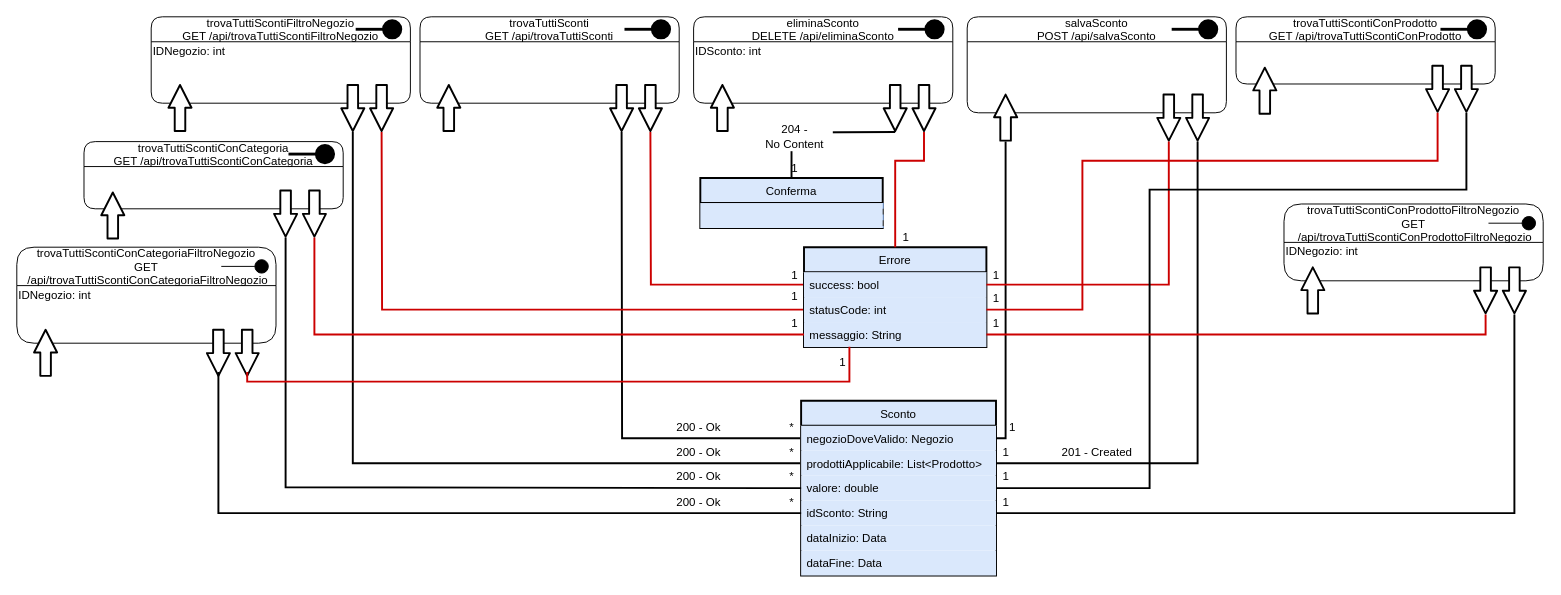
Above: UML/Diagramma Risorse/Diagramma Risorse Sconto.drawio in G15-UniTN/iSpesa (draw.io), before the change. Source tidied: cells renumbered, new cells numbered last; positions are measured from the earlier drawing's top-left corner, leaving out a move shared by most shapes. Both pictures are drawn from the tidied source at 96%, with x=0, y=0 at pixel (16, 16).
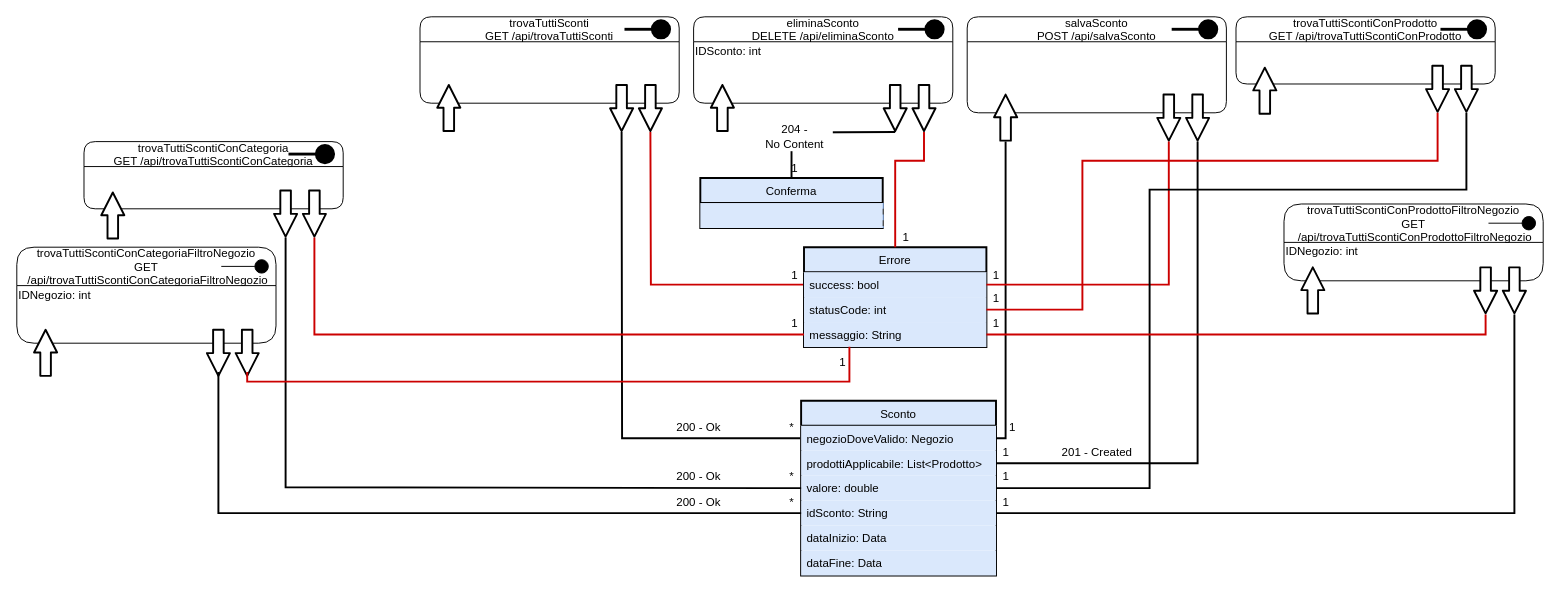
The same diagram, later.

The change refers to these unchanged cells:
```xml
<mxCell id="4" value="prodottiApplicabile: List&lt;Prodotto&gt;" style="text;align=left;verticalAlign=top;spacingLeft=4;spacingRight=4;overflow=hidden;points=[[0,0.5],[1,0.5]];portConstraint=eastwest;rounded=0;shadow=0;html=0;fillColor=#dae8fc;" parent="2" vertex="1">
  <mxGeometry y="52" width="203" height="26" as="geometry" />
</mxCell>
<mxCell id="20" value="statusCode: int" style="text;align=left;verticalAlign=top;spacingLeft=4;spacingRight=4;overflow=hidden;points=[[0,0.5],[1,0.5]];portConstraint=eastwest;rounded=0;shadow=0;html=0;fillColor=#dae8fc;" parent="18" vertex="1">
  <mxGeometry y="52" width="190" height="26" as="geometry" />
</mxCell>
```

Diff of the diagram source:
```diff
@@
-    <mxCell id="24" style="group;" parent="1" vertex="1">
-      <mxGeometry x="140" width="270" height="120" as="geometry" />
-    </mxCell>
-    <mxCell id="25" value="trovaTuttiScontiFiltroNegozio&#10;GET /api/trovaTuttiScontiFiltroNegozio" style="swimlane;fontStyle=0;horizontal=1;startSize=26;fillColor=none;rounded=1;" parent="24" vertex="1">
-      <mxGeometry width="270" height="90" as="geometry" />
-    </mxCell>
-    <mxCell id="26" style="html=1;verticalAlign=bottom;startArrow=circle;startFill=1;endArrow=none;startSize=6;endSize=8;endFill=0;strokeWidth=3;targetPerimeterSpacing=1;jumpSize=7;" parent="24" edge="1">
-      <mxGeometry relative="1" as="geometry">
-        <mxPoint x="263" y="13" as="sourcePoint" />
-        <mxPoint x="213" y="13" as="targetPoint" />
-      </mxGeometry>
-    </mxCell>
-    <mxCell id="27" style="shape=flexArrow;endArrow=classic;html=1;targetPerimeterSpacing=1;strokeWidth=2;endWidth=11.03448275862069;endSize=7.227586206896552;fillColor=#ffffff;" parent="24" edge="1">
-      <mxGeometry relative="1" as="geometry">
-        <mxPoint x="30" y="120" as="sourcePoint" />
-        <mxPoint x="30" y="70" as="targetPoint" />
-      </mxGeometry>
-    </mxCell>
-    <mxCell id="28" style="shape=flexArrow;endArrow=classic;html=1;targetPerimeterSpacing=1;strokeWidth=2;endWidth=11.03448275862069;endSize=7.227586206896552;fillColor=#ffffff;" parent="24" edge="1">
-      <mxGeometry relative="1" as="geometry">
-        <mxPoint x="240" y="70" as="sourcePoint" />
-        <mxPoint x="240" y="120" as="targetPoint" />
-      </mxGeometry>
-    </mxCell>
-    <mxCell id="29" style="shape=flexArrow;endArrow=classic;html=1;targetPerimeterSpacing=1;strokeWidth=2;endWidth=11.03448275862069;endSize=7.227586206896552;fillColor=#ffffff;rounded=1;" parent="24" edge="1">
-      <mxGeometry relative="1" as="geometry">
-        <mxPoint x="210" y="70" as="sourcePoint" />
-        <mxPoint x="210" y="120" as="targetPoint" />
-      </mxGeometry>
-    </mxCell>
-    <mxCell id="30" style="endArrow=none;html=1;targetPerimeterSpacing=1;strokeWidth=2;fillColor=#ffffff;edgeStyle=orthogonalEdgeStyle;rounded=0;endFill=0;strokeColor=#CC0000;" parent="1" edge="1" target="20">
-      <mxGeometry relative="1" as="geometry">
-        <mxPoint x="380" y="120" as="sourcePoint" />
-      </mxGeometry>
-    </mxCell>
-    <mxCell id="31" value="1" style="text;html=1;align=center;verticalAlign=middle;strokeColor=none;" parent="1" vertex="1">
-      <mxGeometry x="800" y="282" width="20" height="20" as="geometry" />
-    </mxCell>
-    <mxCell id="32" style="endArrow=none;html=1;targetPerimeterSpacing=1;strokeWidth=2;fillColor=#ffffff;edgeStyle=orthogonalEdgeStyle;rounded=0;endFill=0;" parent="1" edge="1" target="4">
-      <mxGeometry relative="1" as="geometry">
-        <mxPoint x="350" y="120" as="sourcePoint" />
-        <Array as="points">
-          <mxPoint x="350" y="130" />
-          <mxPoint x="350" y="375" />
-        </Array>
-      </mxGeometry>
-    </mxCell>
-    <mxCell id="33" value="200 - Ok" style="text;html=1;align=center;verticalAlign=middle;strokeColor=none;" parent="1" vertex="1">
-      <mxGeometry x="680" y="444" width="60" height="20" as="geometry" />
-    </mxCell>
@@
-    <mxCell id="67" value="&lt;span style=&quot;text-align: center&quot;&gt;IDNegozio: int&lt;/span&gt;" style="text;html=1;align=left;verticalAlign=middle;strokeColor=none;" parent="1" vertex="1">
-      <mxGeometry x="140" y="26" width="90" height="20" as="geometry" />
-    </mxCell>
@@
-    <mxCell id="72" value="*" style="text;html=1;align=center;verticalAlign=middle;strokeColor=none;" parent="1" vertex="1">
-      <mxGeometry x="797" y="444" width="20" height="20" as="geometry" />
-    </mxCell>
```
